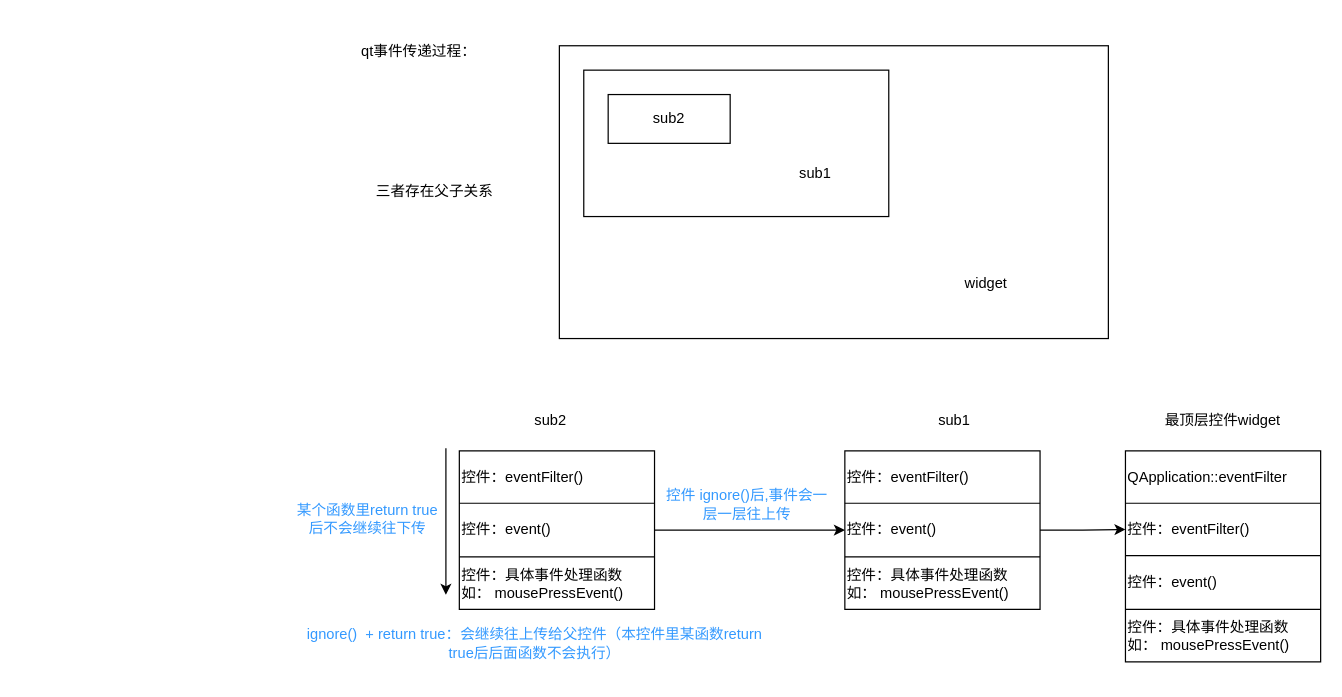
weibu01/a_drawio keeps this draw.io diagram as qt study.drawio. Above is the earlier version. Source tidied: cells renumbered, new cells numbered last; positions are measured from the earlier drawing's top-left corner, leaving out a move shared by most shapes. Both pictures are drawn from the tidied source at 122%, with x=0, y=0 at pixel (294, 21).
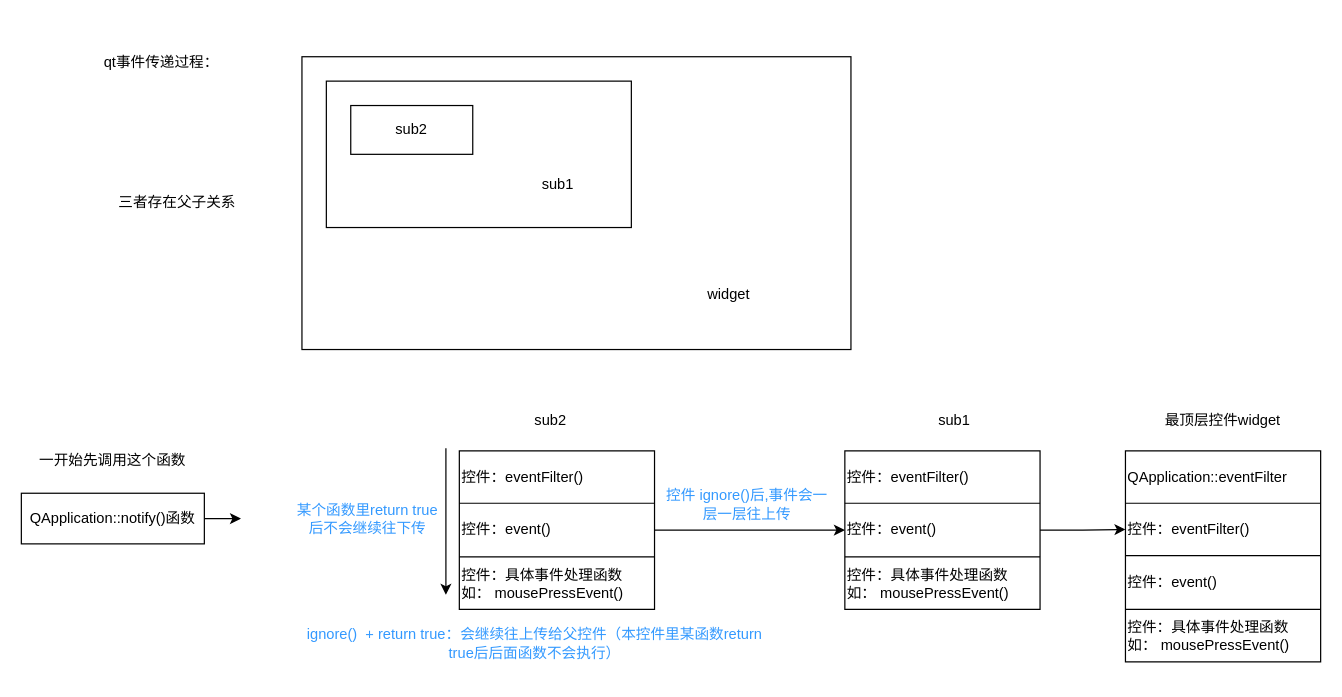
The same diagram, later.

Diff of the diagram source:
```diff
@@
     <mxCell id="2" value="qt事件传递过程：" style="text;html=1;strokeColor=none;fillColor=none;align=center;verticalAlign=middle;whiteSpace=wrap;rounded=0;" parent="1" vertex="1">
-      <mxGeometry x="37" width="130" height="50" as="geometry" />
+      <mxGeometry x="-174" y="9" width="130" height="50" as="geometry" />
     </mxCell>
     <mxCell id="3" style="rounded=0;whiteSpace=wrap;html=1;" parent="1" vertex="1">
-      <mxGeometry x="217" y="20" width="450" height="240" as="geometry" />
+      <mxGeometry x="6" y="29" width="450" height="240" as="geometry" />
     </mxCell>
     <mxCell id="4" style="rounded=0;whiteSpace=wrap;html=1;" parent="1" vertex="1">
-      <mxGeometry x="237" y="40" width="250" height="120" as="geometry" />
+      <mxGeometry x="26" y="49" width="250" height="120" as="geometry" />
     </mxCell>
     <mxCell id="5" value="sub2" style="rounded=0;whiteSpace=wrap;html=1;" parent="1" vertex="1">
-      <mxGeometry x="257" y="60" width="100" height="40" as="geometry" />
+      <mxGeometry x="46" y="69" width="100" height="40" as="geometry" />
     </mxCell>
     <mxCell id="6" value="widget" style="text;html=1;strokeColor=none;fillColor=none;align=center;verticalAlign=middle;whiteSpace=wrap;rounded=0;" parent="1" vertex="1">
-      <mxGeometry x="537" y="200" width="60" height="30" as="geometry" />
+      <mxGeometry x="326" y="209" width="60" height="30" as="geometry" />
     </mxCell>
     <mxCell id="7" value="sub1" style="text;html=1;strokeColor=none;fillColor=none;align=center;verticalAlign=middle;whiteSpace=wrap;rounded=0;" parent="1" vertex="1">
-      <mxGeometry x="397" y="110" width="60" height="30" as="geometry" />
+      <mxGeometry x="186" y="119" width="60" height="30" as="geometry" />
     </mxCell>
@@
     <mxCell id="39" value="三者存在父子关系" style="text;html=1;strokeColor=none;fillColor=none;align=center;verticalAlign=middle;whiteSpace=wrap;rounded=0;" parent="1" vertex="1">
-      <mxGeometry x="50" y="120" width="130" height="40" as="geometry" />
+      <mxGeometry x="-161" y="129" width="130" height="40" as="geometry" />
     </mxCell>
@@
+    <mxCell id="41" style="edgeStyle=orthogonalEdgeStyle;rounded=0;jettySize=auto;html=1;exitX=1;exitY=0.5;exitDx=0;exitDy=0;" parent="1" edge="1" source="43">
+      <mxGeometry relative="1" as="geometry">
+        <mxPoint x="-44" y="407.5" as="targetPoint" />
+      </mxGeometry>
+    </mxCell>
+    <mxCell id="42" value="一开始先调用这个函数" style="text;html=1;strokeColor=none;fillColor=none;align=center;verticalAlign=middle;whiteSpace=wrap;rounded=1;" parent="1" vertex="1">
+      <mxGeometry x="-214" y="340" width="130" height="40" as="geometry" />
+    </mxCell>
+    <mxCell id="43" value="QApplication::notify()函数" style="rounded=0;whiteSpace=wrap;html=1;" parent="1" vertex="1">
+      <mxGeometry x="-224" y="386.8" width="150" height="41.5" as="geometry" />
+    </mxCell>
```
